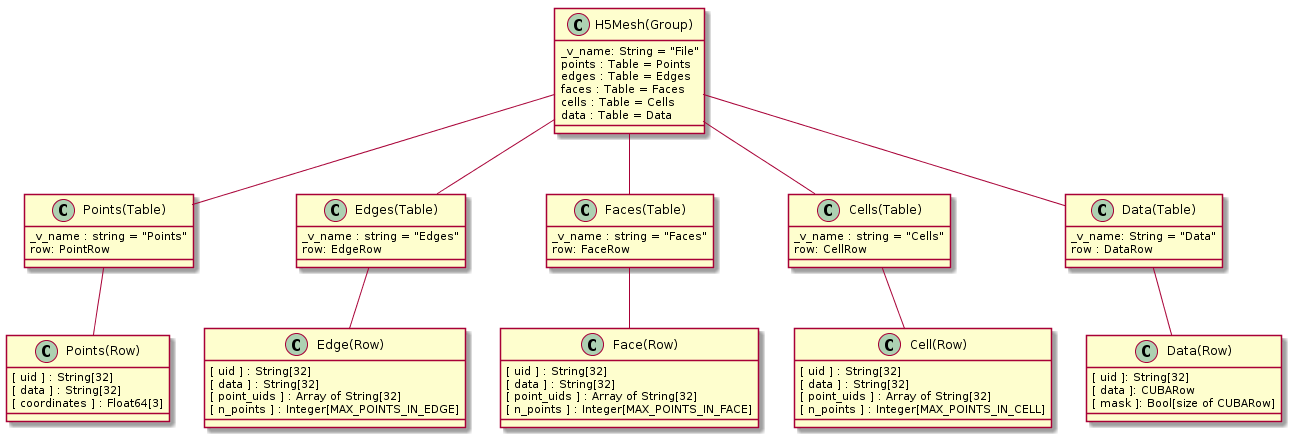
Before: doc/source/images/h5mesh.png, a diagram exported from PlantUML (simphony/simphony-common).
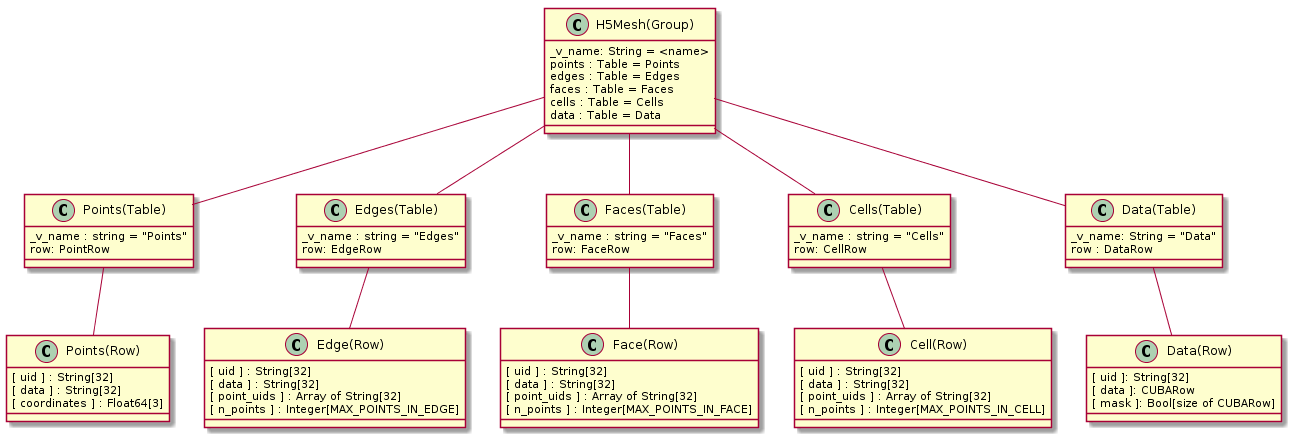
Above is the later version.

Commit message:
Name should be probably left as <name> instead of file

Diff of the diagram source:
```diff
@@ -1,6 +1,6 @@
 @startuml
 class Mesh as "H5Mesh(Group)" {
-  _v_name: String = "File"
+  _v_name: String = <name>
   points : Table = Points
   edges : Table = Edges
   faces : Table = Faces
```
